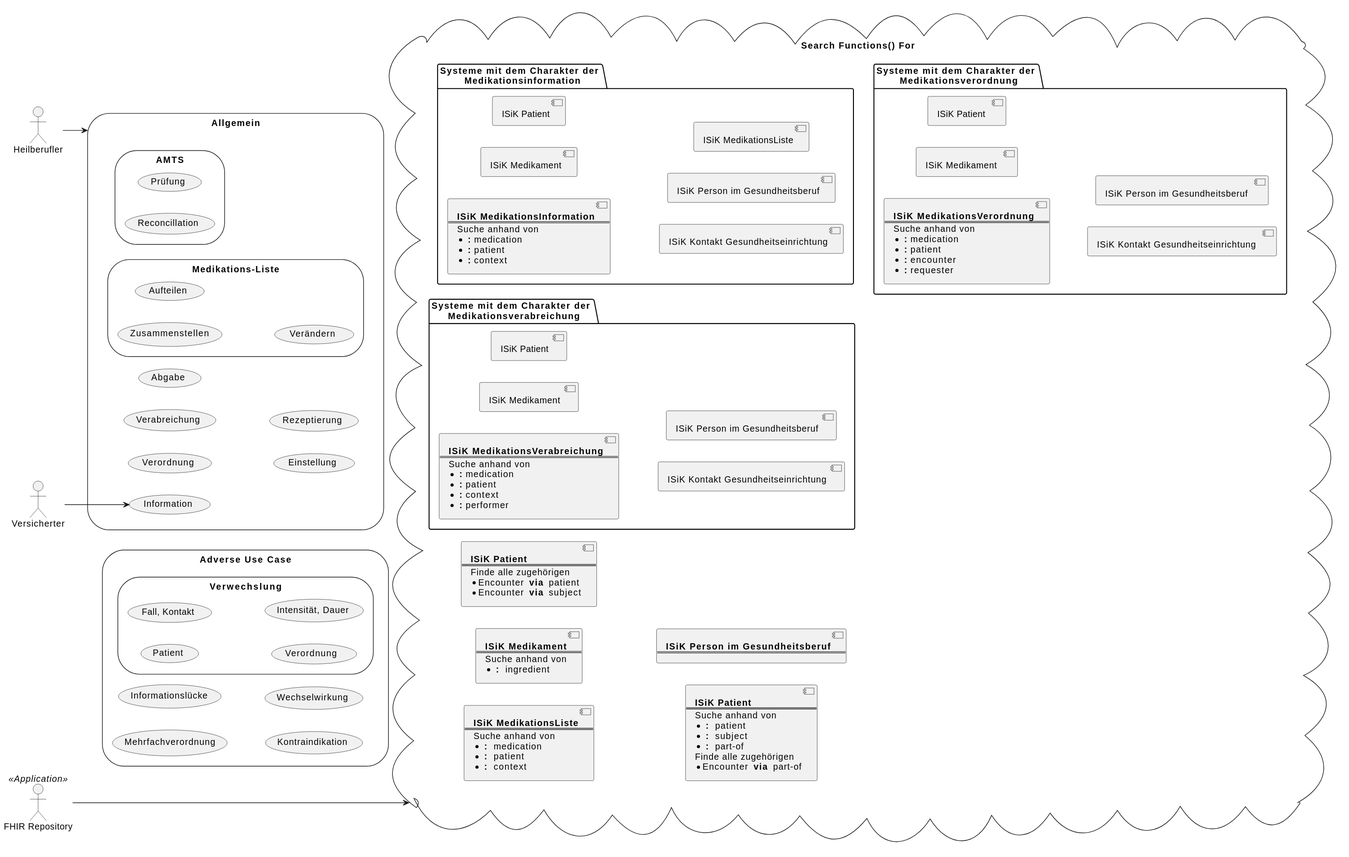
Above: Material/images/diagrams/usecases.svg in gematik/spec-ISiK-Medikation (PlantUML), before the change.
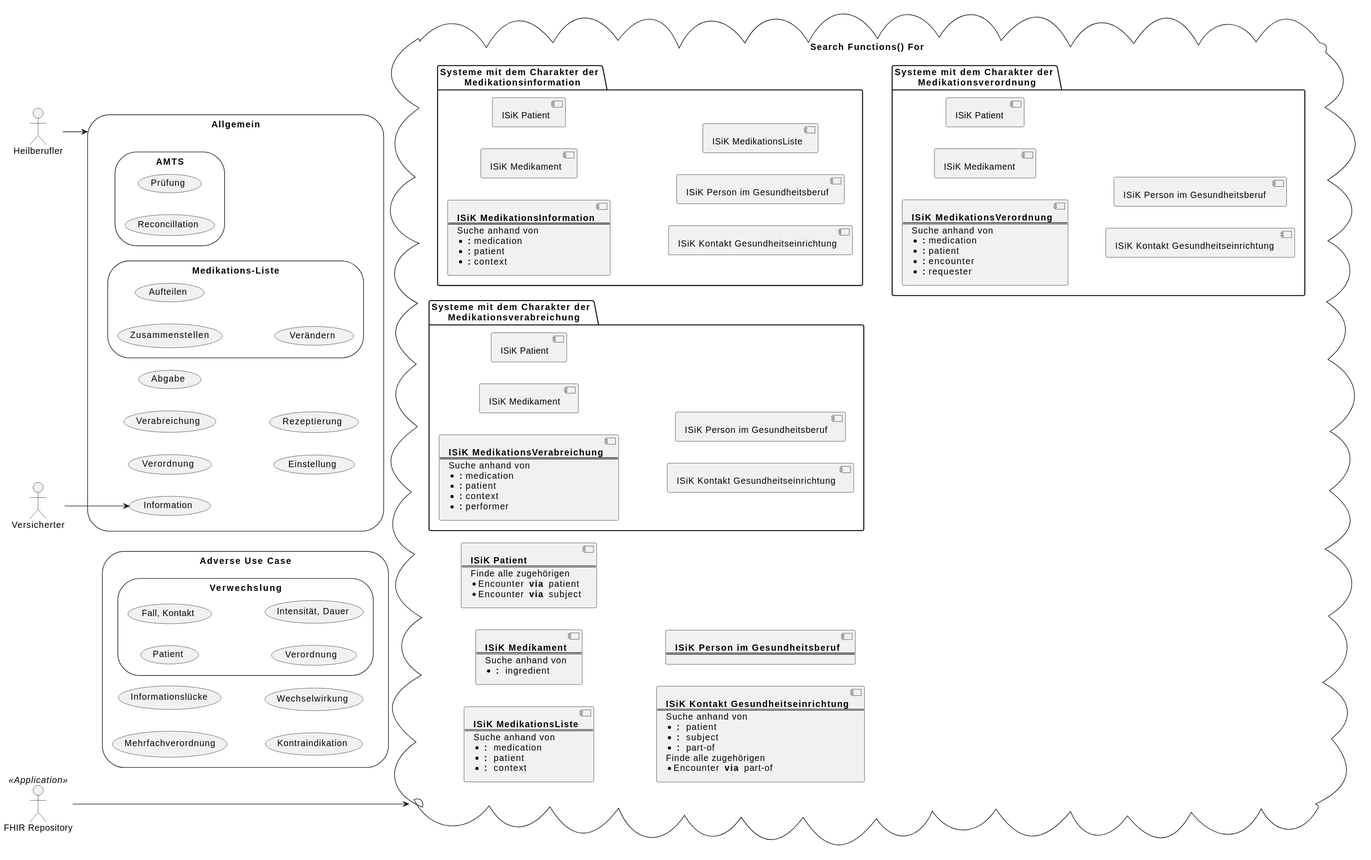
Later version of the same file.

What changed in the source:
```diff
@@ -104,7 +104,7 @@
         * Encounter ** via ** subject
     ]
     component CStAll_KontaktGesundheitseinrichtung [
-        **ISiK Patient**
+        **ISiK Kontakt Gesundheitseinrichtung**
         ====
         Suche anhand von
         * ** : ** patient
```
